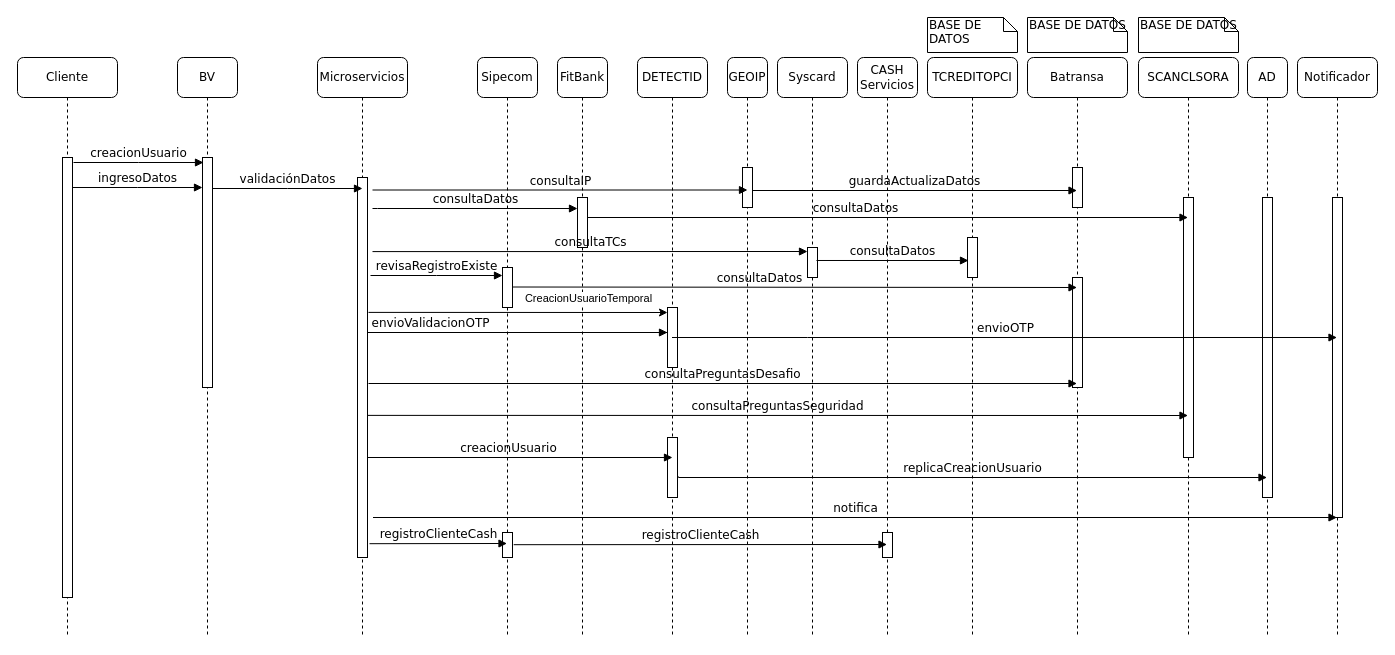
davidguillermofg/Diagrams keeps this draw.io diagram as page "DiagramaSeqCreacion" (4 of 8) of CreateUsrBVDiagram.drawio. Above is the earlier version. Source tidied: cells renumbered, new cells numbered last; positions are measured from the earlier drawing's top-left corner, leaving out a move shared by most shapes. Both pictures are drawn from the tidied source at 100%, with x=0, y=0 at pixel (17, 17).
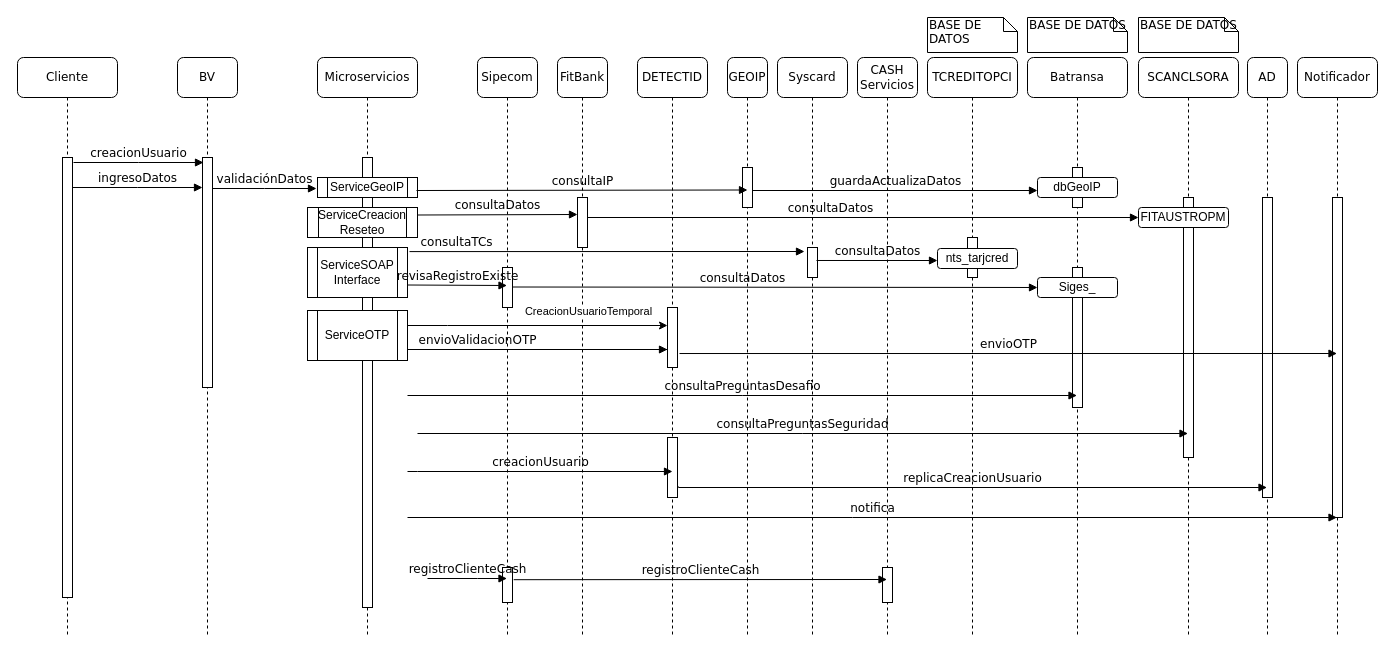
After the change.

Unchanged cells that the change refers to:
```xml
<mxCell id="3" style="html=1;points=[];perimeter=orthogonalPerimeter;rounded=0;shadow=0;comic=0;labelBackgroundColor=none;strokeWidth=1;fontFamily=Verdana;fontSize=12;align=center;" parent="2" vertex="1">
  <mxGeometry x="25" y="100" width="10" height="230" as="geometry" />
</mxCell>
<mxCell id="6" value="Sipecom" style="shape=umlLifeline;perimeter=lifelinePerimeter;whiteSpace=wrap;html=1;outlineConnect=0;rounded=1;shadow=0;comic=0;labelBackgroundColor=none;strokeWidth=1;fontFamily=Verdana;fontSize=12;align=center;" parent="1" vertex="1">
  <mxGeometry x="460" y="40" width="60" height="580" as="geometry" />
</mxCell>
<mxCell id="11" value="DETECTID" style="shape=umlLifeline;perimeter=lifelinePerimeter;whiteSpace=wrap;html=1;outlineConnect=0;rounded=1;shadow=0;comic=0;labelBackgroundColor=none;strokeWidth=1;fontFamily=Verdana;fontSize=12;align=center;" parent="1" vertex="1">
  <mxGeometry x="620" y="40" width="70" height="580" as="geometry" />
</mxCell>
<mxCell id="12" style="html=1;points=[];perimeter=orthogonalPerimeter;rounded=0;shadow=0;comic=0;labelBackgroundColor=none;strokeWidth=1;fontFamily=Verdana;fontSize=12;align=center;" parent="11" vertex="1">
  <mxGeometry x="30" y="380" width="10" height="60" as="geometry" />
</mxCell>
<mxCell id="13" style="html=1;points=[];perimeter=orthogonalPerimeter;rounded=0;shadow=0;comic=0;labelBackgroundColor=none;strokeWidth=1;fontFamily=Verdana;fontSize=12;align=center;" parent="11" vertex="1">
  <mxGeometry x="30" y="250" width="10" height="60" as="geometry" />
</mxCell>
<mxCell id="14" value="SCANCLSORA" style="shape=umlLifeline;perimeter=lifelinePerimeter;whiteSpace=wrap;html=1;outlineConnect=0;rounded=1;shadow=0;comic=0;labelBackgroundColor=none;strokeWidth=1;fontFamily=Verdana;fontSize=12;align=center;" parent="1" vertex="1">
  <mxGeometry x="1121" y="40" width="100" height="580" as="geometry" />
</mxCell>
<mxCell id="23" value="Batransa" style="shape=umlLifeline;perimeter=lifelinePerimeter;whiteSpace=wrap;html=1;outlineConnect=0;rounded=1;shadow=0;comic=0;labelBackgroundColor=none;strokeWidth=1;fontFamily=Verdana;fontSize=12;align=center;" parent="1" vertex="1">
  <mxGeometry x="1010" y="40" width="100" height="580" as="geometry" />
</mxCell>
<mxCell id="31" value="AD" style="shape=umlLifeline;perimeter=lifelinePerimeter;whiteSpace=wrap;html=1;outlineConnect=0;rounded=1;shadow=0;comic=0;labelBackgroundColor=none;strokeWidth=1;fontFamily=Verdana;fontSize=12;align=center;" parent="1" vertex="1">
  <mxGeometry x="1230" y="40" width="40" height="580" as="geometry" />
</mxCell>
<mxCell id="33" value="Notificador" style="shape=umlLifeline;perimeter=lifelinePerimeter;whiteSpace=wrap;html=1;outlineConnect=0;rounded=1;shadow=0;comic=0;labelBackgroundColor=none;strokeWidth=1;fontFamily=Verdana;fontSize=12;align=center;" parent="1" vertex="1">
  <mxGeometry x="1280" y="40" width="80" height="580" as="geometry" />
</mxCell>
<mxCell id="39" style="html=1;points=[];perimeter=orthogonalPerimeter;rounded=0;shadow=0;comic=0;labelBackgroundColor=none;strokeWidth=1;fontFamily=Verdana;fontSize=12;align=center;" parent="38" vertex="1">
  <mxGeometry x="15" y="110" width="10" height="40" as="geometry" />
</mxCell>
<mxCell id="41" style="html=1;points=[];perimeter=orthogonalPerimeter;rounded=0;shadow=0;comic=0;labelBackgroundColor=none;strokeWidth=1;fontFamily=Verdana;fontSize=12;align=center;" parent="40" vertex="1">
  <mxGeometry x="30" y="190" width="10" height="30" as="geometry" />
</mxCell>
<mxCell id="47" value="TCREDITOPCI" style="shape=umlLifeline;perimeter=lifelinePerimeter;whiteSpace=wrap;html=1;rounded=1;shadow=0;comic=0;labelBackgroundColor=none;strokeWidth=1;fontFamily=Verdana;fontSize=12;align=center;" parent="1" vertex="1">
  <mxGeometry x="910" y="40" width="90" height="580" as="geometry" />
</mxCell>
<mxCell id="48" style="html=1;points=[];perimeter=orthogonalPerimeter;rounded=0;shadow=0;comic=0;labelBackgroundColor=none;strokeWidth=1;fontFamily=Verdana;fontSize=12;align=center;" parent="47" vertex="1">
  <mxGeometry x="40" y="180" width="10" height="40" as="geometry" />
</mxCell>
<mxCell id="54" value="CASH&lt;br&gt;Servicios" style="shape=umlLifeline;perimeter=lifelinePerimeter;whiteSpace=wrap;html=1;rounded=1;shadow=0;comic=0;labelBackgroundColor=none;strokeWidth=1;fontFamily=Verdana;fontSize=12;align=center;" parent="1" vertex="1">
  <mxGeometry x="840" y="40" width="60" height="580" as="geometry" />
</mxCell>
```

What changed in the source:
```diff
@@
     <mxCell id="4" value="Microservicios" style="shape=umlLifeline;perimeter=lifelinePerimeter;whiteSpace=wrap;html=1;rounded=1;shadow=0;comic=0;labelBackgroundColor=none;strokeWidth=1;fontFamily=Verdana;fontSize=12;align=center;" parent="1" vertex="1">
-      <mxGeometry x="300" y="40" width="90" height="580" as="geometry" />
+      <mxGeometry x="300" y="40" width="100" height="580" as="geometry" />
     </mxCell>
     <mxCell id="5" style="html=1;points=[];perimeter=orthogonalPerimeter;rounded=0;shadow=0;comic=0;labelBackgroundColor=none;strokeWidth=1;fontFamily=Verdana;fontSize=12;align=center;" parent="4" vertex="1">
-      <mxGeometry x="40" y="120" width="10" height="380" as="geometry" />
+      <mxGeometry x="45" y="100" width="10" height="450" as="geometry" />
     </mxCell>
+    <mxCell id="58" value="ServiceCreacion&lt;br&gt;Reseteo" style="shape=process;whiteSpace=wrap;html=1;backgroundOutline=1;" parent="4" vertex="1">
+      <mxGeometry x="-10" y="150" width="110" height="30" as="geometry" />
+    </mxCell>
+    <mxCell id="59" value="&lt;span&gt;ServiceGeoIP&lt;/span&gt;" style="shape=process;whiteSpace=wrap;html=1;backgroundOutline=1;" parent="4" vertex="1">
+      <mxGeometry y="120" width="100" height="20" as="geometry" />
+    </mxCell>
+    <mxCell id="60" value="ServiceSOAP&lt;br&gt;Interface" style="shape=process;whiteSpace=wrap;html=1;backgroundOutline=1;" parent="4" vertex="1">
+      <mxGeometry x="-10" y="190" width="100" height="50" as="geometry" />
+    </mxCell>
+    <mxCell id="61" value="ServiceOTP" style="shape=process;whiteSpace=wrap;html=1;backgroundOutline=1;" parent="4" vertex="1">
+      <mxGeometry x="-10" y="253" width="100" height="50" as="geometry" />
+    </mxCell>
@@
     <mxCell id="8" style="html=1;perimeter=orthogonalPerimeter;rounded=0;shadow=0;comic=0;labelBackgroundColor=none;strokeWidth=1;fontFamily=Verdana;fontSize=12;align=center;" parent="6" vertex="1">
-      <mxGeometry x="25" y="475" width="10" height="25" as="geometry" />
+      <mxGeometry x="25" y="510" width="10" height="35" as="geometry" />
     </mxCell>
@@
+    <mxCell id="62" value="FITAUSTROPM" style="rounded=1;whiteSpace=wrap;html=1;" parent="14" vertex="1">
+      <mxGeometry y="150" width="90" height="20" as="geometry" />
+    </mxCell>
@@
-    <mxCell id="19" value="validaciónDatos" style="html=1;verticalAlign=bottom;endArrow=block;entryX=0;entryY=0;labelBackgroundColor=none;fontFamily=Verdana;fontSize=12;edgeStyle=elbowEdgeStyle;elbow=vertical;rounded=0;" parent="1" edge="1">
+    <mxCell id="19" value="validaciónDatos" style="html=1;verticalAlign=bottom;endArrow=block;labelBackgroundColor=none;fontFamily=Verdana;fontSize=12;edgeStyle=elbowEdgeStyle;elbow=vertical;rounded=0;" parent="1" edge="1" source="3">
       <mxGeometry relative="1" as="geometry">
-        <mxPoint x="195" y="171" as="sourcePoint" />
-        <mxPoint x="345" y="171" as="targetPoint" />
+        <mxPoint x="299" y="171" as="targetPoint" />
       </mxGeometry>
     </mxCell>
@@
-    <mxCell id="22" value="revisaRegistroExiste" style="html=1;verticalAlign=bottom;endArrow=block;labelBackgroundColor=none;fontFamily=Verdana;fontSize=12;edgeStyle=elbowEdgeStyle;elbow=vertical;rounded=0;" parent="1" edge="1">
+    <mxCell id="22" value="revisaRegistroExiste" style="html=1;verticalAlign=bottom;endArrow=block;labelBackgroundColor=none;fontFamily=Verdana;fontSize=12;edgeStyle=elbowEdgeStyle;elbow=vertical;rounded=0;exitX=1;exitY=0.75;exitDx=0;exitDy=0;" parent="1" edge="1">
       <mxGeometry relative="1" as="geometry">
-        <mxPoint x="353" y="258" as="sourcePoint" />
-        <mxPoint x="485" y="258" as="targetPoint" />
+        <mxPoint x="390" y="267.5" as="sourcePoint" />
+        <mxPoint x="489.5" y="268" as="targetPoint" />
       </mxGeometry>
     </mxCell>
@@
     <mxCell id="24" style="html=1;perimeter=orthogonalPerimeter;rounded=0;shadow=0;comic=0;labelBackgroundColor=none;strokeColor=#000000;strokeWidth=1;fillColor=#FFFFFF;fontFamily=Verdana;fontSize=12;fontColor=#000000;align=center;" parent="23" vertex="1">
-      <mxGeometry x="45" y="220" width="10" height="110" as="geometry" />
+      <mxGeometry x="45" y="210" width="10" height="140" as="geometry" />
     </mxCell>
@@
+    <mxCell id="63" value="dbGeoIP" style="rounded=1;whiteSpace=wrap;html=1;" parent="23" vertex="1">
+      <mxGeometry x="10" y="120" width="80" height="20" as="geometry" />
+    </mxCell>
+    <mxCell id="64" value="Siges_" style="rounded=1;whiteSpace=wrap;html=1;" parent="23" vertex="1">
+      <mxGeometry x="10" y="220" width="80" height="20" as="geometry" />
+    </mxCell>
     <mxCell id="26" value="envioValidacionOTP" style="html=1;verticalAlign=bottom;endArrow=block;labelBackgroundColor=none;fontFamily=Verdana;fontSize=12;edgeStyle=elbowEdgeStyle;elbow=vertical;rounded=0;startArrow=none;" parent="1" edge="1">
-      <mxGeometry x="0.21" relative="1" as="geometry">
-        <mxPoint x="650" y="315" as="sourcePoint" />
-        <mxPoint x="650" y="315" as="targetPoint" />
+      <mxGeometry x="0.27" relative="1" as="geometry">
+        <mxPoint x="650" y="332" as="sourcePoint" />
+        <mxPoint x="650" y="332" as="targetPoint" />
         <Array as="points">
-          <mxPoint x="350" y="315" />
-          <mxPoint x="560" y="325" />
+          <mxPoint x="390" y="332" />
+          <mxPoint x="560" y="342" />
         </Array>
       </mxGeometry>
     </mxCell>
-    <mxCell id="27" value="creacionUsuario" style="html=1;verticalAlign=bottom;endArrow=block;labelBackgroundColor=none;fontFamily=Verdana;fontSize=12;edgeStyle=elbowEdgeStyle;elbow=vertical;rounded=0;exitX=1;exitY=0.797;exitDx=0;exitDy=0;exitPerimeter=0;" parent="1" edge="1" source="5">
+    <mxCell id="27" value="creacionUsuario" style="html=1;verticalAlign=bottom;endArrow=block;labelBackgroundColor=none;fontFamily=Verdana;fontSize=12;edgeStyle=elbowEdgeStyle;elbow=vertical;rounded=0;" parent="1" edge="1">
       <mxGeometry relative="1" as="geometry">
-        <mxPoint x="655" y="440" as="targetPoint" />
+        <mxPoint x="390" y="454" as="sourcePoint" />
+        <mxPoint x="655" y="454" as="targetPoint" />
         <Array as="points">
-          <mxPoint x="370" y="440" />
+          <mxPoint x="400" y="454" />
         </Array>
       </mxGeometry>
     </mxCell>
-    <mxCell id="28" value="consultaDatos" style="html=1;verticalAlign=bottom;endArrow=block;labelBackgroundColor=none;fontFamily=Verdana;fontSize=12;edgeStyle=elbowEdgeStyle;elbow=vertical;rounded=0;" parent="1" edge="1" target="14">
+    <mxCell id="28" value="consultaDatos" style="html=1;verticalAlign=bottom;endArrow=block;labelBackgroundColor=none;fontFamily=Verdana;fontSize=12;edgeStyle=elbowEdgeStyle;elbow=vertical;rounded=0;" parent="1" edge="1" target="62">
       <mxGeometry relative="1" as="geometry">
         <mxPoint x="635" y="200" as="sourcePoint" />
         <Array as="points">
           <mxPoint x="570" y="200" />
         </Array>
       </mxGeometry>
     </mxCell>
@@
-    <mxCell id="30" value="consultaDatos" style="html=1;verticalAlign=bottom;endArrow=block;labelBackgroundColor=none;fontFamily=Verdana;fontSize=12;edgeStyle=elbowEdgeStyle;elbow=vertical;rounded=0;" parent="1" edge="1" target="23">
+    <mxCell id="30" value="consultaDatos" style="html=1;verticalAlign=bottom;endArrow=block;labelBackgroundColor=none;fontFamily=Verdana;fontSize=12;edgeStyle=elbowEdgeStyle;elbow=vertical;rounded=0;" parent="1" edge="1">
       <mxGeometry x="-0.13" relative="1" as="geometry">
         <mxPoint x="495" y="269.5" as="sourcePoint" />
+        <mxPoint x="1020" y="270" as="targetPoint" />
         <mxPoint x="1" as="offset" />
       </mxGeometry>
     </mxCell>
@@
-    <mxCell id="35" value="replicaCreacionUsuario" style="html=1;verticalAlign=bottom;endArrow=block;labelBackgroundColor=none;fontFamily=Verdana;fontSize=12;edgeStyle=elbowEdgeStyle;elbow=vertical;rounded=0;exitX=1.1;exitY=0.65;exitDx=0;exitDy=0;exitPerimeter=0;" parent="1" edge="1" source="12" target="31">
+    <mxCell id="35" value="replicaCreacionUsuario" style="html=1;verticalAlign=bottom;endArrow=block;labelBackgroundColor=none;fontFamily=Verdana;fontSize=12;edgeStyle=elbowEdgeStyle;elbow=vertical;rounded=0;exitX=1.1;exitY=0.65;exitDx=0;exitDy=0;exitPerimeter=0;" parent="1" edge="1">
       <mxGeometry relative="1" as="geometry">
+        <mxPoint x="661" y="469" as="sourcePoint" />
+        <mxPoint x="1249.5" y="470" as="targetPoint" />
         <Array as="points">
-          <mxPoint x="790" y="460" />
+          <mxPoint x="790" y="470" />
         </Array>
       </mxGeometry>
     </mxCell>
     <mxCell id="36" value="notifica" style="html=1;verticalAlign=bottom;endArrow=block;labelBackgroundColor=none;fontFamily=Verdana;fontSize=12;edgeStyle=elbowEdgeStyle;elbow=vertical;rounded=0;" parent="1" edge="1" target="33">
       <mxGeometry relative="1" as="geometry">
-        <mxPoint x="355.5" y="500" as="sourcePoint" />
-        <Array as="points">
-          <mxPoint x="365.5" y="500" />
-        </Array>
+        <mxPoint x="390" y="500" as="sourcePoint" />
       </mxGeometry>
     </mxCell>
-    <mxCell id="37" value="envioOTP" style="html=1;verticalAlign=bottom;endArrow=block;labelBackgroundColor=none;fontFamily=Verdana;fontSize=12;edgeStyle=elbowEdgeStyle;elbow=vertical;rounded=0;" parent="1" edge="1" source="11" target="33">
+    <mxCell id="37" value="envioOTP" style="html=1;verticalAlign=bottom;endArrow=block;labelBackgroundColor=none;fontFamily=Verdana;fontSize=12;edgeStyle=elbowEdgeStyle;elbow=vertical;rounded=0;exitX=1.2;exitY=0.767;exitDx=0;exitDy=0;exitPerimeter=0;" parent="1" edge="1" source="13">
       <mxGeometry relative="1" as="geometry">
+        <mxPoint x="1319.5" y="336" as="targetPoint" />
         <Array as="points">
-          <mxPoint x="790" y="320" />
-          <mxPoint x="970" y="330" />
+          <mxPoint x="790" y="336" />
+          <mxPoint x="970" y="346" />
         </Array>
       </mxGeometry>
     </mxCell>
@@
-    <mxCell id="42" value="guardaActualizaDatos" style="html=1;verticalAlign=bottom;endArrow=block;labelBackgroundColor=none;fontFamily=Verdana;fontSize=12;edgeStyle=elbowEdgeStyle;elbow=vertical;rounded=0;exitX=1;exitY=0.575;exitDx=0;exitDy=0;exitPerimeter=0;" parent="1" edge="1" source="39" target="23">
-      <mxGeometry relative="1" as="geometry" />
+    <mxCell id="42" value="guardaActualizaDatos" style="html=1;verticalAlign=bottom;endArrow=block;labelBackgroundColor=none;fontFamily=Verdana;fontSize=12;edgeStyle=elbowEdgeStyle;elbow=vertical;rounded=0;exitX=1;exitY=0.575;exitDx=0;exitDy=0;exitPerimeter=0;" parent="1" edge="1" source="39">
+      <mxGeometry relative="1" as="geometry">
+        <mxPoint x="1020" y="173" as="targetPoint" />
+      </mxGeometry>
     </mxCell>
-    <mxCell id="43" value="consultaIP" style="html=1;verticalAlign=bottom;endArrow=block;labelBackgroundColor=none;fontFamily=Verdana;fontSize=12;edgeStyle=elbowEdgeStyle;elbow=vertical;rounded=0;" parent="1" edge="1">
+    <mxCell id="43" value="consultaIP" style="html=1;verticalAlign=bottom;endArrow=block;labelBackgroundColor=none;fontFamily=Verdana;fontSize=12;edgeStyle=elbowEdgeStyle;elbow=vertical;rounded=0;exitX=0.99;exitY=0.65;exitDx=0;exitDy=0;exitPerimeter=0;" parent="1" edge="1" source="59">
       <mxGeometry relative="1" as="geometry">
-        <mxPoint x="355" y="172.5" as="sourcePoint" />
         <mxPoint x="730" y="173" as="targetPoint" />
         <Array as="points">
           <mxPoint x="360" y="172.5" />
         </Array>
       </mxGeometry>
     </mxCell>
-    <mxCell id="44" value="consultaDatos" style="html=1;verticalAlign=bottom;endArrow=block;labelBackgroundColor=none;fontFamily=Verdana;fontSize=12;edgeStyle=elbowEdgeStyle;elbow=vertical;rounded=0;" parent="1" edge="1">
+    <mxCell id="44" value="consultaDatos" style="html=1;verticalAlign=bottom;endArrow=block;labelBackgroundColor=none;fontFamily=Verdana;fontSize=12;edgeStyle=elbowEdgeStyle;elbow=vertical;rounded=0;exitX=1;exitY=0.25;exitDx=0;exitDy=0;" parent="1" edge="1" source="58">
       <mxGeometry relative="1" as="geometry">
-        <mxPoint x="355" y="191" as="sourcePoint" />
-        <mxPoint x="560" y="191" as="targetPoint" />
-        <Array as="points">
-          <mxPoint x="360" y="191" />
-        </Array>
+        <mxPoint x="560" y="197" as="targetPoint" />
       </mxGeometry>
     </mxCell>
     <mxCell id="45" value="consultaTCs" style="html=1;verticalAlign=bottom;endArrow=block;labelBackgroundColor=none;fontFamily=Verdana;fontSize=12;edgeStyle=elbowEdgeStyle;elbow=vertical;rounded=0;exitX=1;exitY=0.129;exitDx=0;exitDy=0;exitPerimeter=0;" parent="1" edge="1">
-      <mxGeometry relative="1" as="geometry">
-        <mxPoint x="355" y="234.1" as="sourcePoint" />
-        <mxPoint x="790" y="234" as="targetPoint" />
+      <mxGeometry x="-0.76" relative="1" as="geometry">
+        <mxPoint x="392" y="234.1" as="sourcePoint" />
+        <mxPoint x="787" y="234" as="targetPoint" />
+        <Array as="points">
+          <mxPoint x="355" y="234" />
+        </Array>
       </mxGeometry>
     </mxCell>
@@
+    <mxCell id="65" value="nts_tarjcred" style="rounded=1;whiteSpace=wrap;html=1;" parent="47" vertex="1">
+      <mxGeometry x="10" y="191" width="80" height="20" as="geometry" />
+    </mxCell>
-    <mxCell id="49" value="consultaDatos" style="html=1;verticalAlign=bottom;endArrow=block;labelBackgroundColor=none;fontFamily=Verdana;fontSize=12;edgeStyle=elbowEdgeStyle;elbow=vertical;rounded=0;exitX=0.9;exitY=0.433;exitDx=0;exitDy=0;exitPerimeter=0;entryX=0.1;entryY=0.575;entryDx=0;entryDy=0;entryPerimeter=0;" parent="1" edge="1" source="41" target="48">
-      <mxGeometry relative="1" as="geometry" />
+    <mxCell id="49" value="consultaDatos" style="html=1;verticalAlign=bottom;endArrow=block;labelBackgroundColor=none;fontFamily=Verdana;fontSize=12;edgeStyle=elbowEdgeStyle;elbow=vertical;rounded=0;exitX=0.9;exitY=0.433;exitDx=0;exitDy=0;exitPerimeter=0;" parent="1" edge="1" source="41">
+      <mxGeometry relative="1" as="geometry">
+        <mxPoint x="920" y="243" as="targetPoint" />
+      </mxGeometry>
     </mxCell>
-    <mxCell id="50" value="consultaPreguntasDesafio" style="html=1;verticalAlign=bottom;endArrow=block;labelBackgroundColor=none;fontFamily=Verdana;fontSize=12;edgeStyle=elbowEdgeStyle;elbow=vertical;rounded=0;" parent="1" edge="1" target="23">
+    <mxCell id="50" value="consultaPreguntasDesafio" style="html=1;verticalAlign=bottom;endArrow=block;labelBackgroundColor=none;fontFamily=Verdana;fontSize=12;edgeStyle=elbowEdgeStyle;elbow=vertical;rounded=0;" parent="1" edge="1">
       <mxGeometry relative="1" as="geometry">
-        <mxPoint x="351" y="366" as="sourcePoint" />
+        <mxPoint x="390" y="378" as="sourcePoint" />
+        <mxPoint x="1059.5" y="378" as="targetPoint" />
       </mxGeometry>
     </mxCell>
-    <mxCell id="51" value="consultaPreguntasSeguridad" style="html=1;verticalAlign=bottom;endArrow=block;labelBackgroundColor=none;fontFamily=Verdana;fontSize=12;edgeStyle=elbowEdgeStyle;elbow=vertical;rounded=0;exitX=1;exitY=0.626;exitDx=0;exitDy=0;exitPerimeter=0;" parent="1" edge="1" source="5" target="14">
-      <mxGeometry relative="1" as="geometry" />
+    <mxCell id="51" value="consultaPreguntasSeguridad" style="html=1;verticalAlign=bottom;endArrow=block;labelBackgroundColor=none;fontFamily=Verdana;fontSize=12;edgeStyle=elbowEdgeStyle;elbow=vertical;rounded=0;" parent="1" edge="1">
+      <mxGeometry relative="1" as="geometry">
+        <mxPoint x="400" y="416" as="sourcePoint" />
+        <mxPoint x="1170.5" y="416" as="targetPoint" />
+      </mxGeometry>
     </mxCell>
-    <mxCell id="52" style="html=1;verticalAlign=bottom;endArrow=classic;labelBackgroundColor=none;fontFamily=Verdana;fontSize=12;edgeStyle=elbowEdgeStyle;elbow=vertical;rounded=0;exitX=1.1;exitY=0.474;exitDx=0;exitDy=0;exitPerimeter=0;startArrow=none;startFill=0;endFill=1;" parent="1" edge="1">
+    <mxCell id="52" style="html=1;verticalAlign=bottom;endArrow=classic;labelBackgroundColor=none;fontFamily=Verdana;fontSize=12;edgeStyle=elbowEdgeStyle;elbow=vertical;rounded=0;startArrow=none;startFill=0;endFill=1;" parent="1" edge="1">
       <mxGeometry relative="1" as="geometry">
-        <mxPoint x="351" y="294.9" as="sourcePoint" />
-        <mxPoint x="650" y="295" as="targetPoint" />
+        <mxPoint x="390" y="308" as="sourcePoint" />
+        <mxPoint x="650" y="308" as="targetPoint" />
         <Array as="points">
-          <mxPoint x="430" y="295" />
-          <mxPoint x="500" y="289" />
+          <mxPoint x="430" y="308" />
+          <mxPoint x="500" y="302" />
         </Array>
       </mxGeometry>
     </mxCell>
     <mxCell id="53" value="CreacionUsuarioTemporal" style="edgeLabel;html=1;align=center;verticalAlign=middle;" parent="52" vertex="1">
       <mxGeometry x="-0.26" y="3" relative="1" as="geometry">
-        <mxPoint x="109" y="-12" as="offset" />
+        <mxPoint x="84" y="-12" as="offset" />
       </mxGeometry>
     </mxCell>
@@
     <mxCell id="55" style="html=1;perimeter=orthogonalPerimeter;rounded=0;shadow=0;comic=0;labelBackgroundColor=none;strokeWidth=1;fontFamily=Verdana;fontSize=12;align=center;" parent="54" vertex="1">
-      <mxGeometry x="25" y="475" width="10" height="25" as="geometry" />
+      <mxGeometry x="25" y="510" width="10" height="35" as="geometry" />
     </mxCell>
-    <mxCell id="56" value="registroClienteCash" style="html=1;verticalAlign=bottom;endArrow=block;labelBackgroundColor=none;fontFamily=Verdana;fontSize=12;edgeStyle=elbowEdgeStyle;elbow=vertical;rounded=0;exitX=1.2;exitY=0.982;exitDx=0;exitDy=0;exitPerimeter=0;" parent="1" edge="1" target="6">
+    <mxCell id="56" value="registroClienteCash" style="html=1;verticalAlign=bottom;endArrow=block;labelBackgroundColor=none;fontFamily=Verdana;fontSize=12;edgeStyle=elbowEdgeStyle;elbow=vertical;rounded=0;" parent="1" edge="1">
       <mxGeometry relative="1" as="geometry">
-        <mxPoint x="352" y="526.2" as="sourcePoint" />
+        <mxPoint x="410" y="561" as="sourcePoint" />
+        <mxPoint x="489.5" y="561" as="targetPoint" />
         <Array as="points">
-          <mxPoint x="650" y="526" />
+          <mxPoint x="460" y="561" />
         </Array>
       </mxGeometry>
     </mxCell>
     <mxCell id="57" value="registroClienteCash" style="html=1;verticalAlign=bottom;endArrow=block;labelBackgroundColor=none;fontFamily=Verdana;fontSize=12;edgeStyle=elbowEdgeStyle;elbow=vertical;rounded=0;exitX=1.2;exitY=0.982;exitDx=0;exitDy=0;exitPerimeter=0;" parent="1" edge="1">
       <mxGeometry relative="1" as="geometry">
-        <mxPoint x="496.2" y="527.2" as="sourcePoint" />
-        <mxPoint x="869.5" y="527" as="targetPoint" />
+        <mxPoint x="496.2" y="562.2" as="sourcePoint" />
+        <mxPoint x="869.5" y="562" as="targetPoint" />
         <Array as="points">
-          <mxPoint x="794.2" y="527" />
+          <mxPoint x="794.2" y="562" />
         </Array>
       </mxGeometry>
     </mxCell>
```
